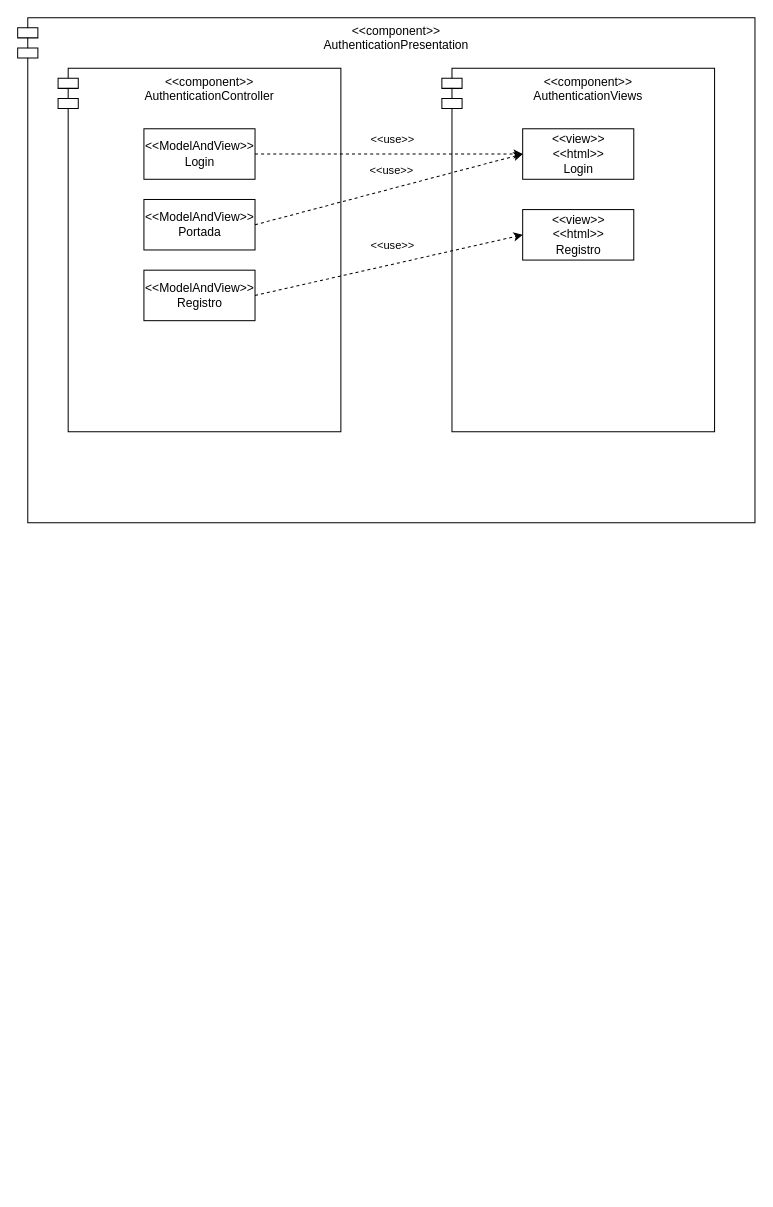
The draw.io diagram diagramas/arquitectura/DiagramaPresentation.drawio in Castillo82/simuladordestinos, before the edit. Source tidied: cells renumbered, new cells numbered last; positions are measured from the earlier drawing's top-left corner, leaving out a move shared by most shapes. Both pictures are drawn from the tidied source at 101%, with x=0, y=0 at pixel (17, 17).
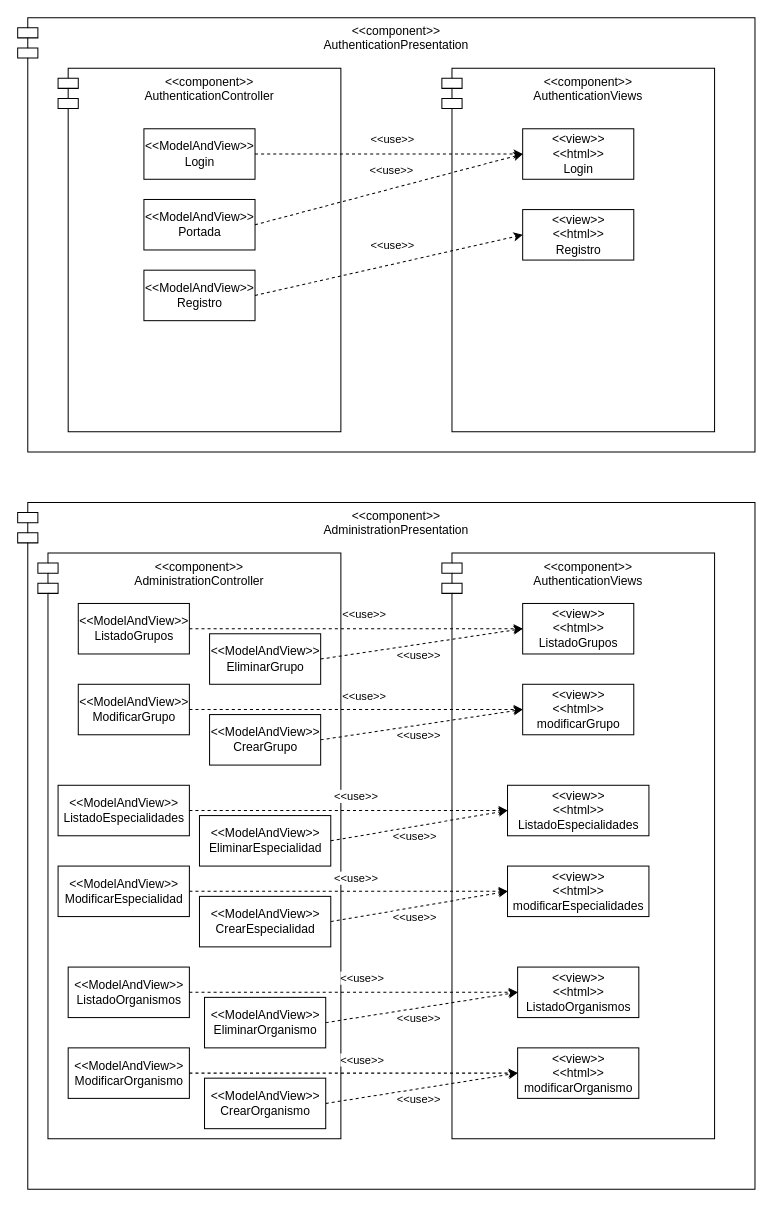
After the change.

Diff of the diagram source:
```diff
@@
     <mxCell id="2" value="&lt;&lt;component&gt;&gt;&#10;AuthenticationPresentation" style="shape=module;align=left;spacingLeft=20;align=center;verticalAlign=top;" parent="1" vertex="1">
-      <mxGeometry width="730" height="500" as="geometry" />
+      <mxGeometry width="730" height="430" as="geometry" />
     </mxCell>
@@
+    <mxCell id="16" value="&lt;&lt;component&gt;&gt;&#10;AdministrationPresentation" style="shape=module;align=left;spacingLeft=20;align=center;verticalAlign=top;" parent="1" vertex="1">
+      <mxGeometry y="480" width="730" height="680" as="geometry" />
+    </mxCell>
+    <mxCell id="17" value="&lt;&lt;component&gt;&gt;&#10;AdministrationController" style="shape=module;align=left;spacingLeft=20;align=center;verticalAlign=top;" parent="1" vertex="1">
+      <mxGeometry x="20" y="530" width="300" height="580" as="geometry" />
+    </mxCell>
+    <mxCell id="18" value="&lt;&lt;component&gt;&gt;&#10;AuthenticationViews" style="shape=module;align=left;spacingLeft=20;align=center;verticalAlign=top;" parent="1" vertex="1">
+      <mxGeometry x="420" y="530" width="270" height="580" as="geometry" />
+    </mxCell>
+    <mxCell id="19" value="&amp;lt;&amp;lt;view&amp;gt;&amp;gt;&lt;br&gt;&amp;lt;&amp;lt;html&amp;gt;&amp;gt;&lt;br&gt;ListadoGrupos" style="html=1;" parent="1" vertex="1">
+      <mxGeometry x="500" y="580" width="110" height="50" as="geometry" />
+    </mxCell>
+    <mxCell id="20" value="&amp;lt;&amp;lt;view&amp;gt;&amp;gt;&lt;br&gt;&lt;div&gt;&amp;lt;&amp;lt;html&amp;gt;&amp;gt;&lt;/div&gt;&lt;div&gt;modificarGrupo&lt;br&gt;&lt;/div&gt;" style="html=1;" parent="1" vertex="1">
+      <mxGeometry x="500" y="660" width="110" height="50" as="geometry" />
+    </mxCell>
+    <mxCell id="21" value="&lt;div&gt;&amp;lt;&amp;lt;ModelAndView&amp;gt;&amp;gt;&lt;/div&gt;&lt;div&gt;ListadoGrupos&lt;br&gt;&lt;/div&gt;" style="html=1;" parent="1" vertex="1">
+      <mxGeometry x="60" y="580" width="110" height="50" as="geometry" />
+    </mxCell>
+    <mxCell id="22" value="&amp;lt;&amp;lt;ModelAndView&amp;gt;&amp;gt;&lt;br&gt;ModificarGrupo" style="html=1;" parent="1" vertex="1">
+      <mxGeometry x="60" y="660" width="110" height="50" as="geometry" />
+    </mxCell>
+    <mxCell id="23" value="&amp;lt;&amp;lt;ModelAndView&amp;gt;&amp;gt;&lt;br&gt;EliminarGrupo" style="html=1;" parent="1" vertex="1">
+      <mxGeometry x="190" y="610" width="110" height="50" as="geometry" />
+    </mxCell>
+    <mxCell id="24" style="endArrow=classic;html=1;rounded=0;exitX=1;exitY=0.5;exitDx=0;exitDy=0;entryX=0;entryY=0.5;entryDx=0;entryDy=0;dashed=1;" parent="1" edge="1" source="21" target="19">
+      <mxGeometry relative="1" as="geometry" />
+    </mxCell>
+    <mxCell id="25" value="&amp;lt;&amp;lt;use&amp;gt;&amp;gt;" style="edgeLabel;html=1;align=center;verticalAlign=middle;" parent="24" vertex="1">
+      <mxGeometry x="0.16" y="-1" relative="1" as="geometry">
+        <mxPoint x="-19" y="-16" as="offset" />
+      </mxGeometry>
+    </mxCell>
+    <mxCell id="26" style="endArrow=classic;html=1;rounded=0;exitX=1;exitY=0.5;exitDx=0;exitDy=0;entryX=0;entryY=0.5;entryDx=0;entryDy=0;dashed=1;" parent="1" edge="1" source="22" target="20">
+      <mxGeometry relative="1" as="geometry" />
+    </mxCell>
+    <mxCell id="27" value="&amp;lt;&amp;lt;use&amp;gt;&amp;gt;" style="edgeLabel;html=1;align=center;verticalAlign=middle;" parent="26" vertex="1">
+      <mxGeometry x="0.16" y="-1" relative="1" as="geometry">
+        <mxPoint x="-19" y="-15" as="offset" />
+      </mxGeometry>
+    </mxCell>
+    <mxCell id="28" style="endArrow=classic;html=1;rounded=0;exitX=1;exitY=0.5;exitDx=0;exitDy=0;entryX=0;entryY=0.5;entryDx=0;entryDy=0;dashed=1;" parent="1" edge="1" source="30" target="20">
+      <mxGeometry relative="1" as="geometry" />
+    </mxCell>
+    <mxCell id="29" value="&amp;lt;&amp;lt;use&amp;gt;&amp;gt;" style="edgeLabel;html=1;align=center;verticalAlign=middle;" parent="28" vertex="1">
+      <mxGeometry x="0.16" y="-1" relative="1" as="geometry">
+        <mxPoint x="-19" y="12" as="offset" />
+      </mxGeometry>
+    </mxCell>
+    <mxCell id="30" value="&amp;lt;&amp;lt;ModelAndView&amp;gt;&amp;gt;&lt;br&gt;CrearGrupo" style="html=1;" parent="1" vertex="1">
+      <mxGeometry x="190" y="690" width="110" height="50" as="geometry" />
+    </mxCell>
+    <mxCell id="31" style="endArrow=classic;html=1;rounded=0;exitX=1;exitY=0.5;exitDx=0;exitDy=0;entryX=0;entryY=0.5;entryDx=0;entryDy=0;dashed=1;" parent="1" edge="1" source="23" target="19">
+      <mxGeometry relative="1" as="geometry" />
+    </mxCell>
+    <mxCell id="32" value="&amp;lt;&amp;lt;use&amp;gt;&amp;gt;" style="edgeLabel;html=1;align=center;verticalAlign=middle;" parent="31" vertex="1">
+      <mxGeometry x="0.16" y="-1" relative="1" as="geometry">
+        <mxPoint x="-19" y="12" as="offset" />
+      </mxGeometry>
+    </mxCell>
+    <mxCell id="33" value="&amp;lt;&amp;lt;view&amp;gt;&amp;gt;&lt;br&gt;&amp;lt;&amp;lt;html&amp;gt;&amp;gt;&lt;br&gt;ListadoEspecialidades" style="html=1;" parent="1" vertex="1">
+      <mxGeometry x="485" y="760" width="140" height="50" as="geometry" />
+    </mxCell>
+    <mxCell id="34" value="&amp;lt;&amp;lt;view&amp;gt;&amp;gt;&lt;br&gt;&lt;div&gt;&amp;lt;&amp;lt;html&amp;gt;&amp;gt;&lt;/div&gt;&lt;div&gt;modificarEspecialidades&lt;/div&gt;" style="html=1;" parent="1" vertex="1">
+      <mxGeometry x="485" y="840" width="140" height="50" as="geometry" />
+    </mxCell>
+    <mxCell id="35" value="&lt;div&gt;&amp;lt;&amp;lt;ModelAndView&amp;gt;&amp;gt;&lt;/div&gt;&lt;div&gt;ListadoEspecialidades&lt;br&gt;&lt;/div&gt;" style="html=1;" parent="1" vertex="1">
+      <mxGeometry x="40" y="760" width="130" height="50" as="geometry" />
+    </mxCell>
+    <mxCell id="36" value="&amp;lt;&amp;lt;ModelAndView&amp;gt;&amp;gt;&lt;br&gt;ModificarEspecialidad" style="html=1;" parent="1" vertex="1">
+      <mxGeometry x="40" y="840" width="130" height="50" as="geometry" />
+    </mxCell>
+    <mxCell id="37" value="&amp;lt;&amp;lt;ModelAndView&amp;gt;&amp;gt;&lt;br&gt;EliminarEspecialidad" style="html=1;" parent="1" vertex="1">
+      <mxGeometry x="180" y="790" width="130" height="50" as="geometry" />
+    </mxCell>
+    <mxCell id="38" style="endArrow=classic;html=1;rounded=0;exitX=1;exitY=0.5;exitDx=0;exitDy=0;entryX=0;entryY=0.5;entryDx=0;entryDy=0;dashed=1;" parent="1" edge="1" source="35" target="33">
+      <mxGeometry relative="1" as="geometry" />
+    </mxCell>
+    <mxCell id="39" value="&amp;lt;&amp;lt;use&amp;gt;&amp;gt;" style="edgeLabel;html=1;align=center;verticalAlign=middle;" parent="38" vertex="1">
+      <mxGeometry x="0.16" y="-1" relative="1" as="geometry">
+        <mxPoint x="-19" y="-16" as="offset" />
+      </mxGeometry>
+    </mxCell>
+    <mxCell id="40" style="endArrow=classic;html=1;rounded=0;exitX=1;exitY=0.5;exitDx=0;exitDy=0;entryX=0;entryY=0.5;entryDx=0;entryDy=0;dashed=1;" parent="1" edge="1" source="36" target="34">
+      <mxGeometry relative="1" as="geometry" />
+    </mxCell>
+    <mxCell id="41" value="&amp;lt;&amp;lt;use&amp;gt;&amp;gt;" style="edgeLabel;html=1;align=center;verticalAlign=middle;" parent="40" vertex="1">
+      <mxGeometry x="0.16" y="-1" relative="1" as="geometry">
+        <mxPoint x="-19" y="-15" as="offset" />
+      </mxGeometry>
+    </mxCell>
+    <mxCell id="42" style="endArrow=classic;html=1;rounded=0;exitX=1;exitY=0.5;exitDx=0;exitDy=0;entryX=0;entryY=0.5;entryDx=0;entryDy=0;dashed=1;" parent="1" edge="1" source="44" target="34">
+      <mxGeometry relative="1" as="geometry" />
+    </mxCell>
+    <mxCell id="43" value="&amp;lt;&amp;lt;use&amp;gt;&amp;gt;" style="edgeLabel;html=1;align=center;verticalAlign=middle;" parent="42" vertex="1">
+      <mxGeometry x="0.16" y="-1" relative="1" as="geometry">
+        <mxPoint x="-19" y="12" as="offset" />
+      </mxGeometry>
+    </mxCell>
+    <mxCell id="44" value="&amp;lt;&amp;lt;ModelAndView&amp;gt;&amp;gt;&lt;br&gt;CrearEspecialidad" style="html=1;" parent="1" vertex="1">
+      <mxGeometry x="180" y="870" width="130" height="50" as="geometry" />
+    </mxCell>
+    <mxCell id="45" style="endArrow=classic;html=1;rounded=0;exitX=1;exitY=0.5;exitDx=0;exitDy=0;entryX=0;entryY=0.5;entryDx=0;entryDy=0;dashed=1;" parent="1" edge="1" source="37" target="33">
+      <mxGeometry relative="1" as="geometry" />
+    </mxCell>
+    <mxCell id="46" value="&amp;lt;&amp;lt;use&amp;gt;&amp;gt;" style="edgeLabel;html=1;align=center;verticalAlign=middle;" parent="45" vertex="1">
+      <mxGeometry x="0.16" y="-1" relative="1" as="geometry">
+        <mxPoint x="-19" y="12" as="offset" />
+      </mxGeometry>
+    </mxCell>
+    <mxCell id="47" value="&amp;lt;&amp;lt;view&amp;gt;&amp;gt;&lt;br&gt;&amp;lt;&amp;lt;html&amp;gt;&amp;gt;&lt;br&gt;ListadoOrganismos" style="html=1;" parent="1" vertex="1">
+      <mxGeometry x="495" y="940" width="120" height="50" as="geometry" />
+    </mxCell>
+    <mxCell id="48" value="&amp;lt;&amp;lt;view&amp;gt;&amp;gt;&lt;br&gt;&lt;div&gt;&amp;lt;&amp;lt;html&amp;gt;&amp;gt;&lt;/div&gt;&lt;div&gt;modificarOrganismo&lt;/div&gt;" style="html=1;" parent="1" vertex="1">
+      <mxGeometry x="495" y="1020" width="120" height="50" as="geometry" />
+    </mxCell>
+    <mxCell id="49" value="&lt;div&gt;&amp;lt;&amp;lt;ModelAndView&amp;gt;&amp;gt;&lt;/div&gt;&lt;div&gt;ListadoOrganismos&lt;br&gt;&lt;/div&gt;" style="html=1;" parent="1" vertex="1">
+      <mxGeometry x="50" y="940" width="120" height="50" as="geometry" />
+    </mxCell>
+    <mxCell id="50" value="&amp;lt;&amp;lt;ModelAndView&amp;gt;&amp;gt;&lt;br&gt;ModificarOrganismo" style="html=1;" parent="1" vertex="1">
+      <mxGeometry x="50" y="1020" width="120" height="50" as="geometry" />
+    </mxCell>
+    <mxCell id="51" value="&amp;lt;&amp;lt;ModelAndView&amp;gt;&amp;gt;&lt;br&gt;EliminarOrganismo" style="html=1;" parent="1" vertex="1">
+      <mxGeometry x="185" y="970" width="120" height="50" as="geometry" />
+    </mxCell>
+    <mxCell id="52" style="endArrow=classic;html=1;rounded=0;exitX=1;exitY=0.5;exitDx=0;exitDy=0;entryX=0;entryY=0.5;entryDx=0;entryDy=0;dashed=1;" parent="1" edge="1" source="49" target="47">
+      <mxGeometry relative="1" as="geometry" />
+    </mxCell>
+    <mxCell id="53" value="&amp;lt;&amp;lt;use&amp;gt;&amp;gt;" style="edgeLabel;html=1;align=center;verticalAlign=middle;" parent="52" vertex="1">
+      <mxGeometry x="0.16" y="-1" relative="1" as="geometry">
+        <mxPoint x="-19" y="-16" as="offset" />
+      </mxGeometry>
+    </mxCell>
+    <mxCell id="54" style="endArrow=classic;html=1;rounded=0;exitX=1;exitY=0.5;exitDx=0;exitDy=0;entryX=0;entryY=0.5;entryDx=0;entryDy=0;dashed=1;" parent="1" edge="1" source="50" target="48">
+      <mxGeometry relative="1" as="geometry" />
+    </mxCell>
+    <mxCell id="55" value="&amp;lt;&amp;lt;use&amp;gt;&amp;gt;" style="edgeLabel;html=1;align=center;verticalAlign=middle;" parent="54" vertex="1">
+      <mxGeometry x="0.16" y="-1" relative="1" as="geometry">
+        <mxPoint x="-19" y="-15" as="offset" />
+      </mxGeometry>
+    </mxCell>
+    <mxCell id="56" style="endArrow=classic;html=1;rounded=0;exitX=1;exitY=0.5;exitDx=0;exitDy=0;entryX=0;entryY=0.5;entryDx=0;entryDy=0;dashed=1;" parent="1" edge="1" source="58" target="48">
+      <mxGeometry relative="1" as="geometry" />
+    </mxCell>
+    <mxCell id="57" value="&amp;lt;&amp;lt;use&amp;gt;&amp;gt;" style="edgeLabel;html=1;align=center;verticalAlign=middle;" parent="56" vertex="1">
+      <mxGeometry x="0.16" y="-1" relative="1" as="geometry">
+        <mxPoint x="-19" y="12" as="offset" />
+      </mxGeometry>
+    </mxCell>
+    <mxCell id="58" value="&amp;lt;&amp;lt;ModelAndView&amp;gt;&amp;gt;&lt;br&gt;CrearOrganismo" style="html=1;" parent="1" vertex="1">
+      <mxGeometry x="185" y="1050" width="120" height="50" as="geometry" />
+    </mxCell>
+    <mxCell id="59" style="endArrow=classic;html=1;rounded=0;exitX=1;exitY=0.5;exitDx=0;exitDy=0;entryX=0;entryY=0.5;entryDx=0;entryDy=0;dashed=1;" parent="1" edge="1" source="51" target="47">
+      <mxGeometry relative="1" as="geometry" />
+    </mxCell>
+    <mxCell id="60" value="&amp;lt;&amp;lt;use&amp;gt;&amp;gt;" style="edgeLabel;html=1;align=center;verticalAlign=middle;" parent="59" vertex="1">
+      <mxGeometry x="0.16" y="-1" relative="1" as="geometry">
+        <mxPoint x="-19" y="12" as="offset" />
+      </mxGeometry>
+    </mxCell>
```
